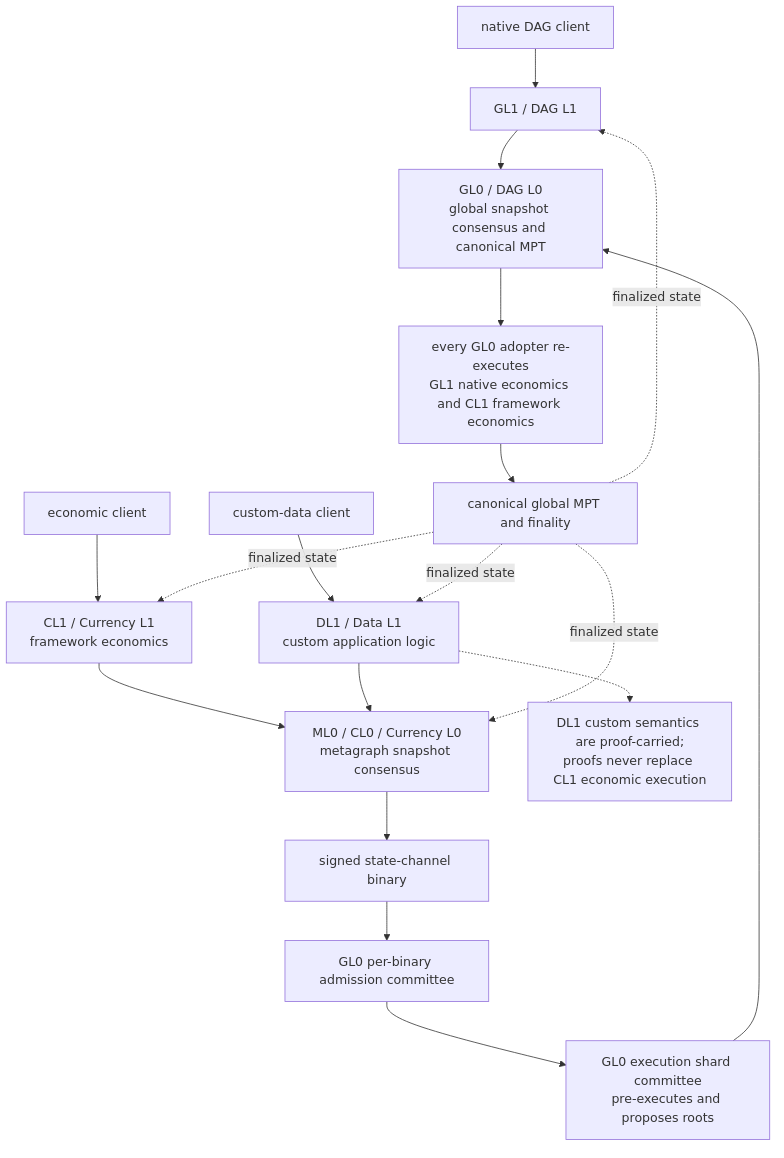
The Mermaid diagram docs/nakamoto/diagrams/execution-shards-to-mpt-layering.png in ottobot-ai/tessellation, before a commit. Its source is kept beside it as docs/nakamoto/diagrams/execution-shards-to-mpt-layering.mmd.
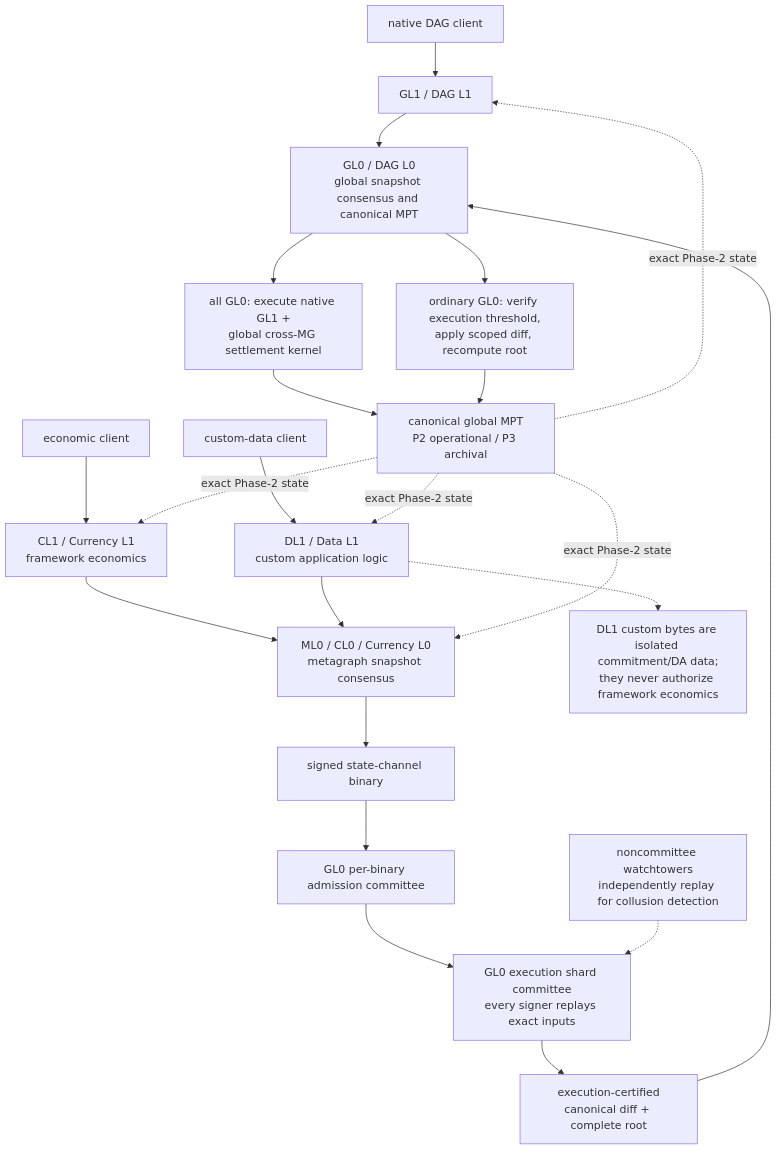
The same diagram one commit later.

Change to the diagram source:
```diff
@@ -7,15 +7,20 @@
     DL1 --> ML0
     ML0 --> BIN["signed state-channel binary"]
     BIN --> ADM["GL0 per-binary admission committee"]
-    ADM --> SHARD["GL0 execution shard committee<br/>pre-executes and proposes roots"]
-    SHARD --> GL0
+    ADM --> SHARD["GL0 execution shard committee<br/>producer and every signer independently replay<br/>the exact ordered inputs at one Phase-2 base"]
+    SHARD --> DIFF["distinct execution threshold<br/>byte-identical canonical diff + complete root"]
+    DIFF --> GL0
 
-    GL0 --> REEXEC["every GL0 adopter re-executes<br/>GL1 native economics and CL1 framework economics"]
-    REEXEC --> MPT["canonical global MPT and finality"]
-    MPT -.->|"finalized state"| GL1
-    MPT -.->|"finalized state"| ML0
-    MPT -.->|"finalized state"| CL1
-    MPT -.->|"finalized state"| DL1
+    GL0 --> EXEC["all GL0: execute native GL1 +<br/>global cross-MG settlement kernel"]
+    GL0 --> APPLY["ordinary noncommittee GL0: verify execution threshold,<br/>exact base and pre-root CAS, continuity, and namespace;<br/>apply scoped diff and recompute root"]
+    EXEC --> MPT["canonical global MPT<br/>P2 operational / P3 archival"]
+    APPLY --> MPT
+    MPT -.->|"exact Phase-2 state"| GL1
+    MPT -.->|"exact Phase-2 state"| ML0
+    MPT -.->|"exact Phase-2 state"| CL1
+    MPT -.->|"exact Phase-2 state"| DL1
 
-    DL1NOTE["DL1 custom semantics are proof-carried;<br/>proofs never replace CL1 economic execution"]
+    WT["selected noncommittee watchtowers<br/>independently replay for collusion detection<br/>release and adjudication timing remains open"] -.-> SHARD
+
+    DL1NOTE["DL1 custom bytes are isolated commitment/DA data;<br/>they never authorize framework economics"]
     DL1 -.-> DL1NOTE
```
